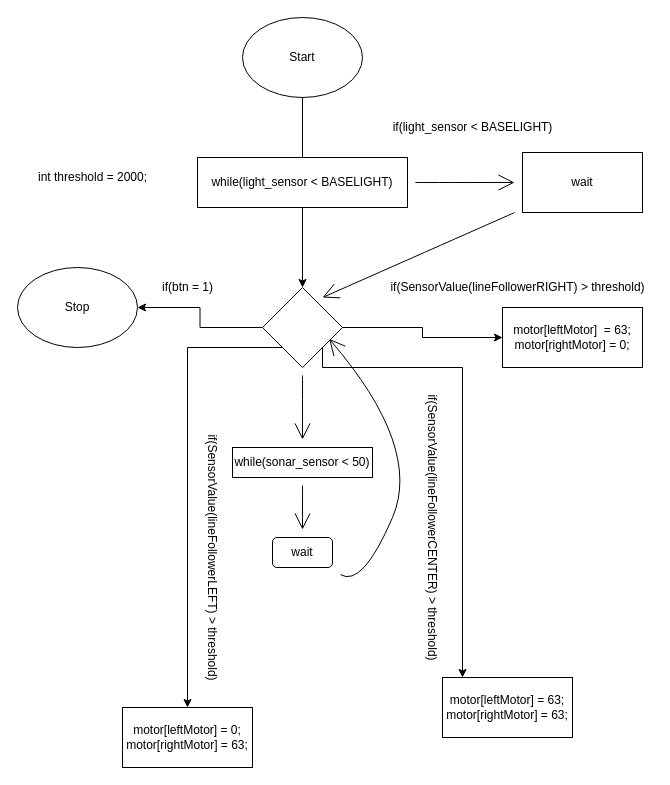
Before: verkefni5/Lokaverkefni.drawio in Davygod/ROBO2RG05AU-1, a draw.io diagram. Source tidied: cells renumbered, new cells numbered last; positions are measured from the earlier drawing's top-left corner, leaving out a move shared by most shapes. Both pictures are drawn from the tidied source at 100%, with x=0, y=0 at pixel (17, 17).
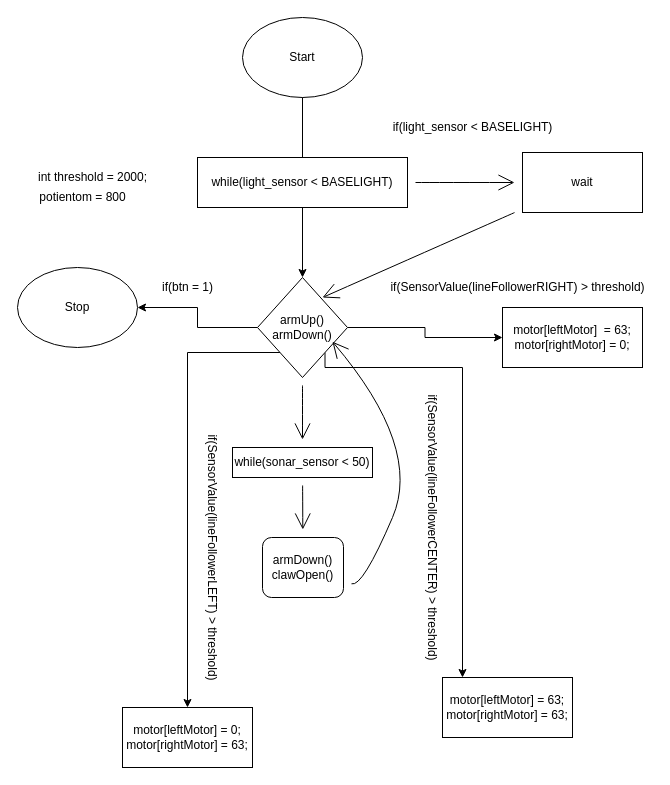
After the change.

Change to the diagram source:
```diff
@@
-    <mxCell id="9" style="rhombus;whiteSpace=wrap;html=1;" parent="1" vertex="1">
-      <mxGeometry x="245" y="270" width="80" height="80" as="geometry" />
+    <mxCell id="9" value="armUp()&lt;br&gt;armDown()" style="rhombus;whiteSpace=wrap;html=1;" parent="1" vertex="1">
+      <mxGeometry x="240" y="260" width="90" height="100" as="geometry" />
     </mxCell>
@@
-    <mxCell id="22" value="wait" style="rounded=1;whiteSpace=wrap;html=1;" parent="1" vertex="1">
-      <mxGeometry x="255" y="520" width="60" height="30" as="geometry" />
+    <mxCell id="22" value="armDown()&lt;br&gt;clawOpen()" style="rounded=1;whiteSpace=wrap;html=1;" parent="1" vertex="1">
+      <mxGeometry x="245" y="520" width="81" height="60" as="geometry" />
     </mxCell>
@@
+    <mxCell id="29" value="potientom = 800" style="text;html=1;align=center;verticalAlign=middle;strokeColor=none;fillColor=none;" parent="1" vertex="1">
+      <mxGeometry x="15" y="170" width="100" height="20" as="geometry" />
+    </mxCell>
```
